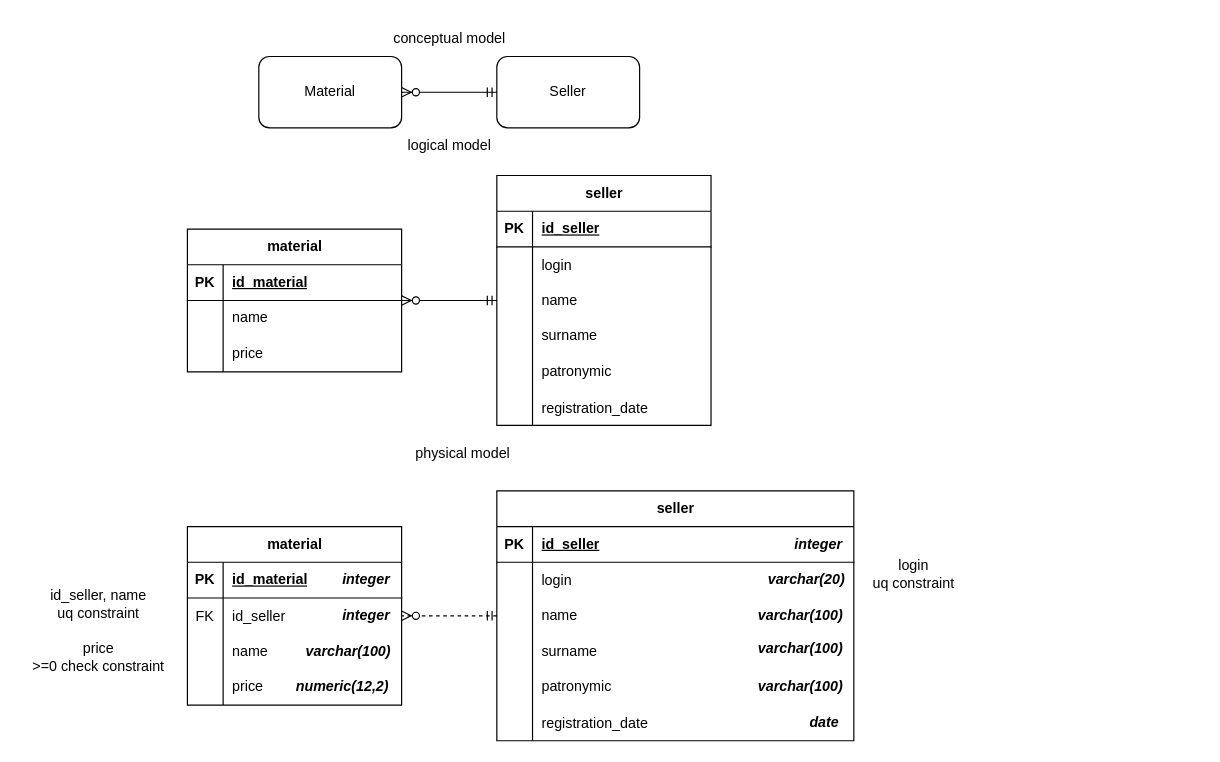
kuznecovfedor/miactest keeps this draw.io diagram as db models.drawio. Above is the earlier version. Source tidied: cells renumbered, new cells numbered last; positions are measured from the earlier drawing's top-left corner, leaving out a move shared by most shapes. Both pictures are drawn from the tidied source at 119%, with x=0, y=0 at pixel (20, 20).
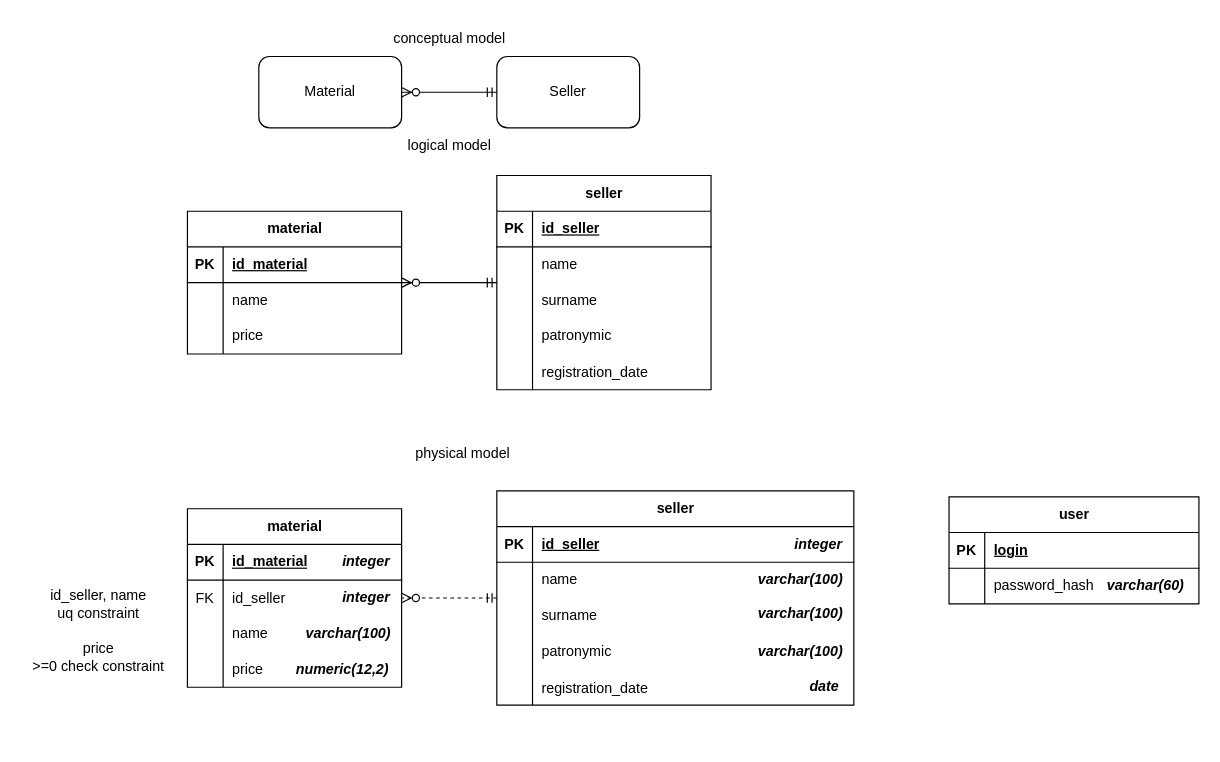
Above is the later version.

Commit message:
add user entity

What changed in the source:
```diff
@@
     <mxCell id="7" value="material" style="shape=table;startSize=30;childLayout=tableLayout;rowLines=0;fontStyle=1;align=center;html=1;" parent="1" vertex="1">
-      <mxGeometry x="140" y="175" width="180" height="120" as="geometry" />
+      <mxGeometry x="140" y="160" width="180" height="120" as="geometry" />
     </mxCell>
@@
     <mxCell id="17" value="seller" style="shape=table;startSize=30;childLayout=tableLayout;rowLines=0;fontStyle=1;align=center;html=1;" parent="1" vertex="1">
-      <mxGeometry x="400" y="130" width="180" height="210" as="geometry" />
+      <mxGeometry x="400" y="130" width="180" height="180" as="geometry" />
     </mxCell>
@@
-    <mxCell id="21" style="shape=tableRow;horizontal=0;startSize=0;swimlaneHead=0;swimlaneBody=0;fillColor=none;top=0;left=0;right=0;bottom=0;" parent="17" vertex="1">
-      <mxGeometry y="60" width="180" height="30" as="geometry" />
-    </mxCell>
-    <mxCell id="22" style="shape=partialRectangle;fillColor=none;top=0;left=0;bottom=0;right=0;overflow=hidden;" parent="21" vertex="1">
-      <mxGeometry width="30" height="30" as="geometry" />
-    </mxCell>
-    <mxCell id="23" value="login" style="shape=partialRectangle;fillColor=none;top=0;left=0;bottom=0;right=0;align=left;spacingLeft=6;overflow=hidden;" parent="21" vertex="1">
-      <mxGeometry x="30" width="150" height="30" as="geometry" />
-    </mxCell>
     <mxCell id="24" style="shape=tableRow;horizontal=0;startSize=0;swimlaneHead=0;swimlaneBody=0;fillColor=none;top=0;left=0;right=0;bottom=0;" parent="17" vertex="1">
-      <mxGeometry y="90" width="180" height="30" as="geometry" />
+      <mxGeometry y="60" width="180" height="30" as="geometry" />
     </mxCell>
@@
     <mxCell id="27" style="shape=tableRow;horizontal=0;startSize=0;swimlaneHead=0;swimlaneBody=0;fillColor=none;top=0;left=0;right=0;bottom=0;" parent="17" vertex="1">
-      <mxGeometry y="120" width="180" height="30" as="geometry" />
+      <mxGeometry y="90" width="180" height="30" as="geometry" />
     </mxCell>
@@
     <mxCell id="30" style="shape=tableRow;horizontal=0;startSize=0;swimlaneHead=0;swimlaneBody=0;fillColor=none;top=0;left=0;right=0;bottom=0;" parent="17" vertex="1">
-      <mxGeometry y="150" width="180" height="30" as="geometry" />
+      <mxGeometry y="120" width="180" height="30" as="geometry" />
     </mxCell>
@@
     <mxCell id="33" style="shape=tableRow;horizontal=0;startSize=0;swimlaneHead=0;swimlaneBody=0;fillColor=none;top=0;left=0;right=0;bottom=0;" parent="17" vertex="1">
-      <mxGeometry y="180" width="180" height="30" as="geometry" />
+      <mxGeometry y="150" width="180" height="30" as="geometry" />
     </mxCell>
@@
     <mxCell id="38" value="material" style="shape=table;startSize=30;childLayout=tableLayout;rowLines=0;fontStyle=1;align=center;html=1;" parent="1" vertex="1">
-      <mxGeometry x="140" y="425" width="180" height="150" as="geometry" />
+      <mxGeometry x="140" y="410" width="180" height="150" as="geometry" />
     </mxCell>
@@
     <mxCell id="51" value="seller" style="shape=table;startSize=30;childLayout=tableLayout;rowLines=0;fontStyle=1;align=center;html=1;" parent="1" vertex="1">
-      <mxGeometry x="400" y="395" width="300" height="210" as="geometry" />
+      <mxGeometry x="400" y="395" width="300" height="180" as="geometry" />
     </mxCell>
@@
-    <mxCell id="55" style="shape=tableRow;horizontal=0;startSize=0;swimlaneHead=0;swimlaneBody=0;fillColor=none;top=0;left=0;right=0;bottom=0;" parent="51" vertex="1">
-      <mxGeometry y="60" width="300" height="30" as="geometry" />
-    </mxCell>
-    <mxCell id="56" style="shape=partialRectangle;fillColor=none;top=0;left=0;bottom=0;right=0;overflow=hidden;" parent="55" vertex="1">
-      <mxGeometry width="30" height="30" as="geometry" />
-    </mxCell>
-    <mxCell id="57" value="login" style="shape=partialRectangle;fillColor=none;top=0;left=0;bottom=0;right=0;align=left;spacingLeft=6;overflow=hidden;" parent="55" vertex="1">
-      <mxGeometry x="30" width="270" height="30" as="geometry" />
-    </mxCell>
     <mxCell id="58" style="shape=tableRow;horizontal=0;startSize=0;swimlaneHead=0;swimlaneBody=0;fillColor=none;top=0;left=0;right=0;bottom=0;" parent="51" vertex="1">
-      <mxGeometry y="90" width="300" height="30" as="geometry" />
+      <mxGeometry y="60" width="300" height="30" as="geometry" />
     </mxCell>
@@
     <mxCell id="61" style="shape=tableRow;horizontal=0;startSize=0;swimlaneHead=0;swimlaneBody=0;fillColor=none;top=0;left=0;right=0;bottom=0;" parent="51" vertex="1">
-      <mxGeometry y="120" width="300" height="30" as="geometry" />
+      <mxGeometry y="90" width="300" height="30" as="geometry" />
     </mxCell>
@@
     <mxCell id="64" style="shape=tableRow;horizontal=0;startSize=0;swimlaneHead=0;swimlaneBody=0;fillColor=none;top=0;left=0;right=0;bottom=0;" parent="51" vertex="1">
-      <mxGeometry y="150" width="300" height="30" as="geometry" />
+      <mxGeometry y="120" width="300" height="30" as="geometry" />
     </mxCell>
@@
     <mxCell id="67" style="shape=tableRow;horizontal=0;startSize=0;swimlaneHead=0;swimlaneBody=0;fillColor=none;top=0;left=0;right=0;bottom=0;" parent="51" vertex="1">
-      <mxGeometry y="180" width="300" height="30" as="geometry" />
+      <mxGeometry y="150" width="300" height="30" as="geometry" />
     </mxCell>
@@
     <mxCell id="71" value="&lt;b&gt;&lt;i&gt;integer&lt;/i&gt;&lt;/b&gt;" style="text;html=1;align=center;verticalAlign=middle;strokeColor=none;fillColor=none;" parent="1" vertex="1">
-      <mxGeometry x="260" y="455" width="60" height="30" as="geometry" />
+      <mxGeometry x="260" y="440" width="60" height="30" as="geometry" />
     </mxCell>
     <mxCell id="72" value="&lt;b&gt;&lt;i&gt;integer&lt;/i&gt;&lt;/b&gt;" style="text;html=1;align=center;verticalAlign=middle;strokeColor=none;fillColor=none;" parent="1" vertex="1">
-      <mxGeometry x="260" y="485" width="60" height="30" as="geometry" />
+      <mxGeometry x="260" y="470" width="60" height="30" as="geometry" />
     </mxCell>
@@
     <mxCell id="74" value="varchar(100)" style="text;html=1;align=center;verticalAlign=middle;strokeColor=none;fillColor=none;fontStyle=3;" parent="1" vertex="1">
-      <mxGeometry x="230" y="515" width="90" height="30" as="geometry" />
+      <mxGeometry x="230" y="500" width="90" height="30" as="geometry" />
     </mxCell>
     <mxCell id="75" value="numeric(12,2)" style="text;html=1;align=center;verticalAlign=middle;strokeColor=none;fillColor=none;fontStyle=3;" parent="1" vertex="1">
-      <mxGeometry x="220" y="545" width="100" height="30" as="geometry" />
+      <mxGeometry x="220" y="530" width="100" height="30" as="geometry" />
     </mxCell>
     <mxCell id="76" value="varchar(100)" style="text;html=1;align=center;verticalAlign=middle;strokeColor=none;fillColor=none;fontStyle=3;" parent="1" vertex="1">
-      <mxGeometry x="610" y="485" width="90" height="30" as="geometry" />
+      <mxGeometry x="610" y="455" width="90" height="30" as="geometry" />
     </mxCell>
     <mxCell id="77" value="varchar(100)" style="text;html=1;align=center;verticalAlign=middle;strokeColor=none;fillColor=none;fontStyle=3;" parent="1" vertex="1">
-      <mxGeometry x="610" y="513" width="90" height="30" as="geometry" />
+      <mxGeometry x="610" y="483" width="90" height="30" as="geometry" />
     </mxCell>
     <mxCell id="78" value="varchar(100)" style="text;html=1;align=center;verticalAlign=middle;strokeColor=none;fillColor=none;fontStyle=3;" parent="1" vertex="1">
-      <mxGeometry x="610" y="545" width="90" height="30" as="geometry" />
+      <mxGeometry x="610" y="515" width="90" height="30" as="geometry" />
     </mxCell>
     <mxCell id="79" value="&lt;i&gt;&lt;b&gt;date&lt;/b&gt;&lt;/i&gt;" style="text;html=1;align=center;verticalAlign=middle;strokeColor=none;fillColor=none;" parent="1" vertex="1">
-      <mxGeometry x="650" y="575" width="50" height="30" as="geometry" />
+      <mxGeometry x="650" y="545" width="50" height="30" as="geometry" />
     </mxCell>
@@
-    <mxCell id="82" value="varchar(20)" style="text;html=1;align=center;verticalAlign=middle;strokeColor=none;fillColor=none;fontStyle=3;" parent="1" vertex="1">
-      <mxGeometry x="615" y="455" width="90" height="30" as="geometry" />
-    </mxCell>
-    <mxCell id="83" value="login&lt;br&gt;uq constraint" style="text;html=1;align=center;verticalAlign=middle;strokeColor=none;fillColor=none;" parent="1" vertex="1">
-      <mxGeometry x="705" y="445" width="90" height="40" as="geometry" />
-    </mxCell>
+    <mxCell id="84" value="user" style="shape=table;startSize=30;childLayout=tableLayout;rowLines=0;fontStyle=1;align=center;html=1;" parent="1" vertex="1">
+      <mxGeometry x="780" y="400" width="210" height="90" as="geometry" />
+    </mxCell>
+    <mxCell id="85" style="shape=tableRow;horizontal=0;startSize=0;swimlaneHead=0;swimlaneBody=0;fillColor=none;top=0;left=0;right=0;bottom=1;" parent="84" vertex="1">
+      <mxGeometry y="30" width="210" height="30" as="geometry" />
+    </mxCell>
+    <mxCell id="86" value="PK" style="shape=partialRectangle;fillColor=none;top=0;left=0;bottom=0;right=0;fontStyle=1;overflow=hidden;whiteSpace=wrap;html=1;" parent="85" vertex="1">
+      <mxGeometry width="30" height="30" as="geometry" />
+    </mxCell>
+    <mxCell id="87" value="login" style="shape=partialRectangle;fillColor=none;top=0;left=0;bottom=0;right=0;align=left;spacingLeft=6;fontStyle=5;overflow=hidden;whiteSpace=wrap;html=1;" parent="85" vertex="1">
+      <mxGeometry x="30" width="180" height="30" as="geometry" />
+    </mxCell>
+    <mxCell id="88" style="shape=tableRow;horizontal=0;startSize=0;swimlaneHead=0;swimlaneBody=0;fillColor=none;top=0;left=0;right=0;bottom=0;" parent="84" vertex="1">
+      <mxGeometry y="60" width="210" height="30" as="geometry" />
+    </mxCell>
+    <mxCell id="89" style="shape=partialRectangle;fillColor=none;top=0;left=0;bottom=0;right=0;overflow=hidden;whiteSpace=wrap;html=1;" parent="88" vertex="1">
+      <mxGeometry width="30" height="30" as="geometry" />
+    </mxCell>
+    <mxCell id="90" value="password_hash" style="shape=partialRectangle;fillColor=none;top=0;left=0;bottom=0;right=0;align=left;spacingLeft=6;overflow=hidden;whiteSpace=wrap;html=1;" parent="88" vertex="1">
+      <mxGeometry x="30" width="180" height="30" as="geometry" />
+    </mxCell>
+    <mxCell id="91" value="varchar(60)" style="text;html=1;align=center;verticalAlign=middle;strokeColor=none;fillColor=none;fontStyle=3;" parent="1" vertex="1">
+      <mxGeometry x="900" y="460" width="90" height="30" as="geometry" />
+    </mxCell>
```
